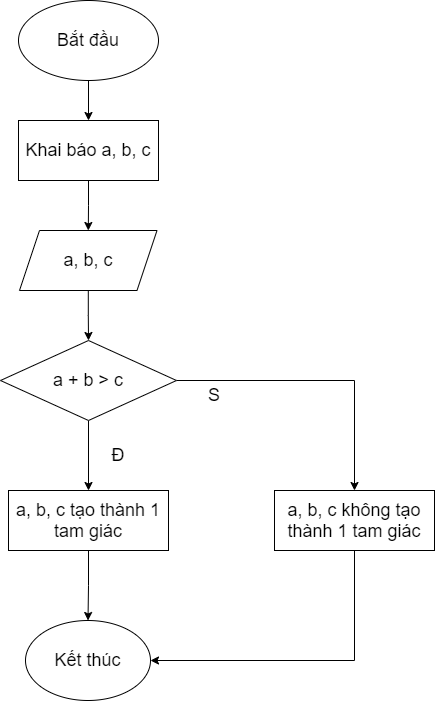
CorpseK/noobmaster69 keeps this draw.io diagram as lưu đồ bài 11.png. Above is the earlier version. Source tidied: cells renumbered, new cells last; positions are measured from the earlier drawing's top-left corner, leaving out a move shared by most shapes.
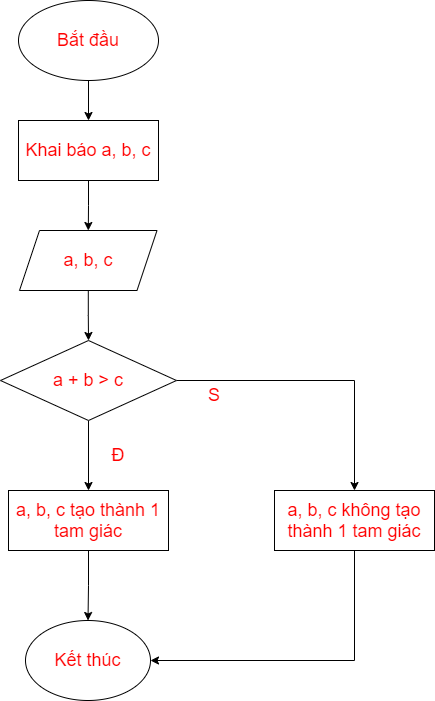
After the commit.

Diff of the diagram source:
```diff
@@ -5,19 +5,19 @@
     <mxCell id="2" style="edgeStyle=orthogonalEdgeStyle;rounded=0;jettySize=auto;html=1;fontSize=18;" parent="1" edge="1" source="3" target="5">
       <mxGeometry relative="1" as="geometry" />
     </mxCell>
-    <mxCell id="3" value="&lt;font style=&quot;font-size: 18px&quot;&gt;Bắt đầu&lt;/font&gt;" style="ellipse;whiteSpace=wrap;html=1;" parent="1" vertex="1">
+    <mxCell id="3" value="&lt;font style=&quot;font-size: 18px&quot; color=&quot;#ff0000&quot;&gt;Bắt đầu&lt;/font&gt;" style="ellipse;whiteSpace=wrap;html=1;" parent="1" vertex="1">
       <mxGeometry x="18" width="140" height="80" as="geometry" />
     </mxCell>
     <mxCell id="4" style="edgeStyle=orthogonalEdgeStyle;rounded=0;jettySize=auto;html=1;fontSize=18;" parent="1" edge="1" source="5" target="7">
       <mxGeometry relative="1" as="geometry" />
     </mxCell>
-    <mxCell id="5" value="Khai báo a, b, c" style="rounded=0;whiteSpace=wrap;html=1;fontSize=18;" parent="1" vertex="1">
+    <mxCell id="5" value="&lt;font color=&quot;#ff0000&quot;&gt;Khai báo a, b, c&lt;/font&gt;" style="rounded=0;whiteSpace=wrap;html=1;fontSize=18;" parent="1" vertex="1">
       <mxGeometry x="18" y="120" width="140" height="60" as="geometry" />
     </mxCell>
     <mxCell id="6" style="edgeStyle=orthogonalEdgeStyle;rounded=0;jettySize=auto;html=1;fontSize=18;" parent="1" edge="1" source="7" target="10">
       <mxGeometry relative="1" as="geometry" />
     </mxCell>
-    <mxCell id="7" value="a, b, c" style="shape=parallelogram;perimeter=parallelogramPerimeter;whiteSpace=wrap;html=1;fixedSize=1;fontSize=18;" parent="1" vertex="1">
+    <mxCell id="7" value="&lt;font color=&quot;#ff0000&quot;&gt;a, b, c&lt;/font&gt;" style="shape=parallelogram;perimeter=parallelogramPerimeter;whiteSpace=wrap;html=1;fixedSize=1;fontSize=18;" parent="1" vertex="1">
       <mxGeometry x="19" y="230" width="137.5" height="60" as="geometry" />
     </mxCell>
     <mxCell id="8" style="edgeStyle=orthogonalEdgeStyle;rounded=0;jettySize=auto;html=1;fontSize=18;" parent="1" edge="1" source="10" target="12">
@@ -26,16 +26,16 @@
     <mxCell id="9" style="edgeStyle=orthogonalEdgeStyle;rounded=0;jettySize=auto;html=1;entryX=0.5;entryY=0;entryDx=0;entryDy=0;fontSize=18;" parent="1" edge="1" source="10" target="15">
       <mxGeometry relative="1" as="geometry" />
     </mxCell>
-    <mxCell id="10" value="a + b &amp;gt; c" style="rhombus;whiteSpace=wrap;html=1;fontSize=18;" parent="1" vertex="1">
+    <mxCell id="10" value="&lt;font color=&quot;#ff0000&quot;&gt;a + b &amp;gt; c&lt;/font&gt;" style="rhombus;whiteSpace=wrap;html=1;fontSize=18;" parent="1" vertex="1">
       <mxGeometry y="340" width="176" height="80" as="geometry" />
     </mxCell>
     <mxCell id="11" style="edgeStyle=orthogonalEdgeStyle;rounded=0;jettySize=auto;html=1;entryX=0.5;entryY=0;entryDx=0;entryDy=0;fontSize=18;" parent="1" edge="1" source="12" target="13">
       <mxGeometry relative="1" as="geometry" />
     </mxCell>
-    <mxCell id="12" value="a, b, c tạo thành 1 tam giác" style="rounded=0;whiteSpace=wrap;html=1;fontSize=18;" parent="1" vertex="1">
+    <mxCell id="12" value="&lt;font color=&quot;#ff0000&quot;&gt;a, b, c tạo thành 1 tam giác&lt;/font&gt;" style="rounded=0;whiteSpace=wrap;html=1;fontSize=18;" parent="1" vertex="1">
       <mxGeometry x="8" y="490" width="160" height="60" as="geometry" />
     </mxCell>
-    <mxCell id="13" value="Kết thúc" style="ellipse;whiteSpace=wrap;html=1;fontSize=18;" parent="1" vertex="1">
+    <mxCell id="13" value="&lt;font color=&quot;#ff0000&quot;&gt;Kết thúc&lt;/font&gt;" style="ellipse;whiteSpace=wrap;html=1;fontSize=18;" parent="1" vertex="1">
       <mxGeometry x="25" y="620" width="125" height="80" as="geometry" />
     </mxCell>
     <mxCell id="14" style="edgeStyle=orthogonalEdgeStyle;rounded=0;jettySize=auto;html=1;fontSize=18;entryX=1;entryY=0.5;entryDx=0;entryDy=0;" parent="1" edge="1" source="15" target="13">
@@ -45,13 +45,13 @@
         </Array>
       </mxGeometry>
     </mxCell>
-    <mxCell id="15" value="a, b, c không tạo thành 1 tam giác" style="rounded=0;whiteSpace=wrap;html=1;fontSize=18;" parent="1" vertex="1">
+    <mxCell id="15" value="&lt;font color=&quot;#ff0000&quot;&gt;a, b, c không tạo thành 1 tam giác&lt;/font&gt;" style="rounded=0;whiteSpace=wrap;html=1;fontSize=18;" parent="1" vertex="1">
       <mxGeometry x="274" y="490" width="160" height="60" as="geometry" />
     </mxCell>
-    <mxCell id="16" value="Đ" style="text;html=1;strokeColor=none;fillColor=none;align=center;verticalAlign=middle;whiteSpace=wrap;rounded=0;fontSize=18;" parent="1" vertex="1">
+    <mxCell id="16" value="&lt;font color=&quot;#ff0000&quot;&gt;Đ&lt;/font&gt;" style="text;html=1;strokeColor=none;fillColor=none;align=center;verticalAlign=middle;whiteSpace=wrap;rounded=0;fontSize=18;" parent="1" vertex="1">
       <mxGeometry x="88" y="440" width="60" height="30" as="geometry" />
     </mxCell>
-    <mxCell id="17" value="S" style="text;html=1;strokeColor=none;fillColor=none;align=center;verticalAlign=middle;whiteSpace=wrap;rounded=0;fontSize=18;" parent="1" vertex="1">
+    <mxCell id="17" value="&lt;font color=&quot;#ff0000&quot;&gt;S&lt;/font&gt;" style="text;html=1;strokeColor=none;fillColor=none;align=center;verticalAlign=middle;whiteSpace=wrap;rounded=0;fontSize=18;" parent="1" vertex="1">
       <mxGeometry x="184" y="380" width="60" height="30" as="geometry" />
     </mxCell>
   </root>
```
